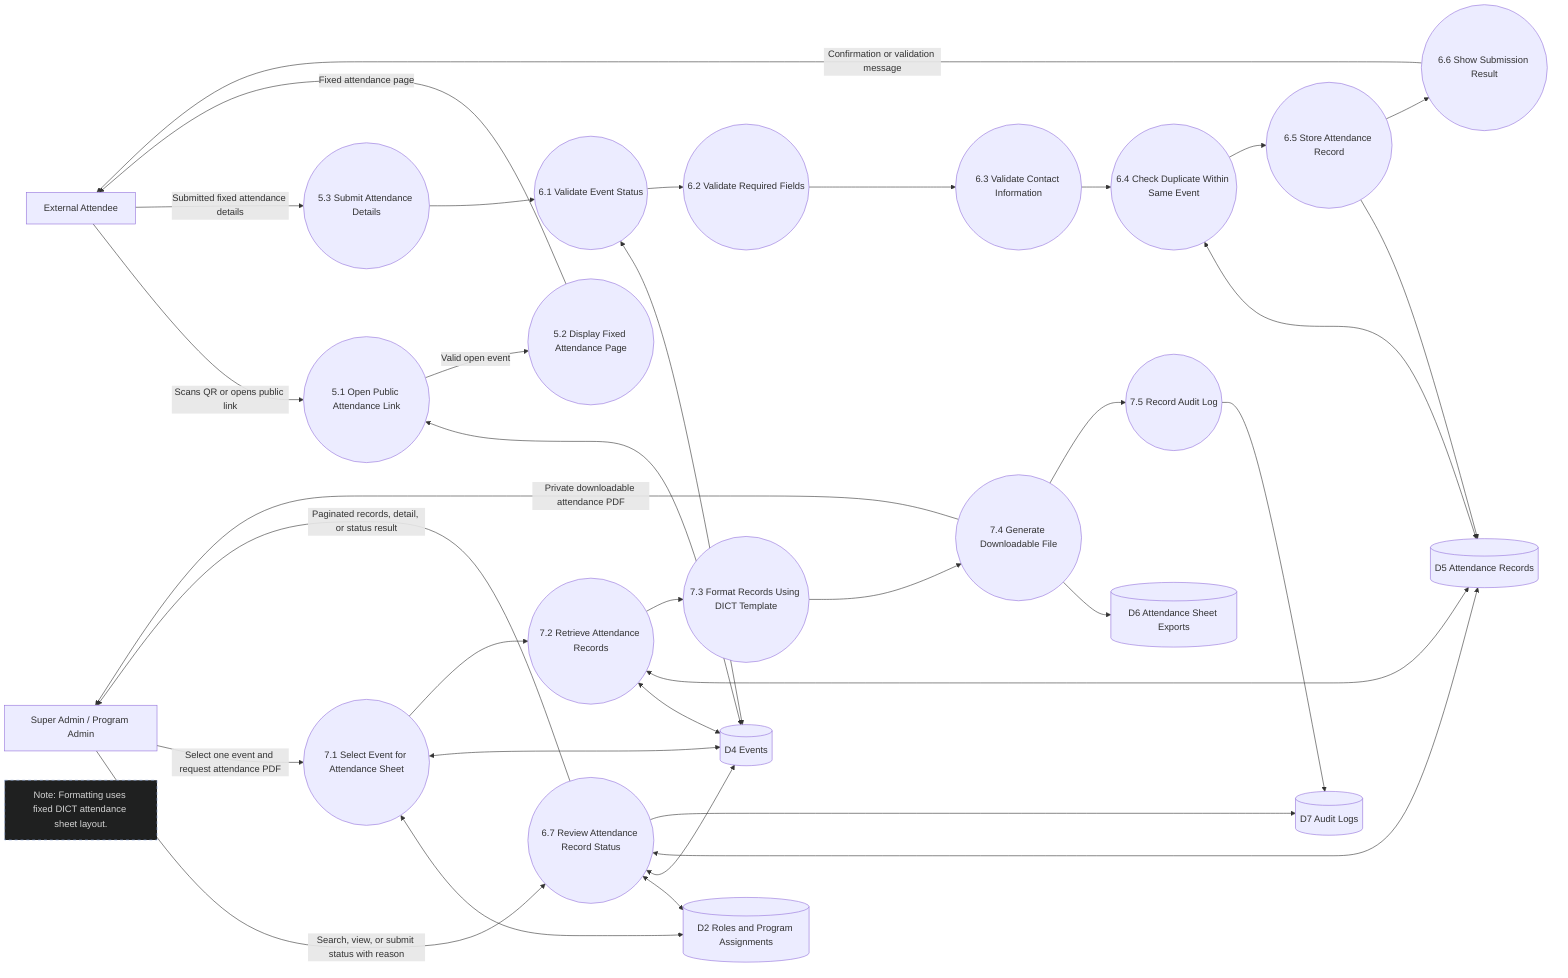
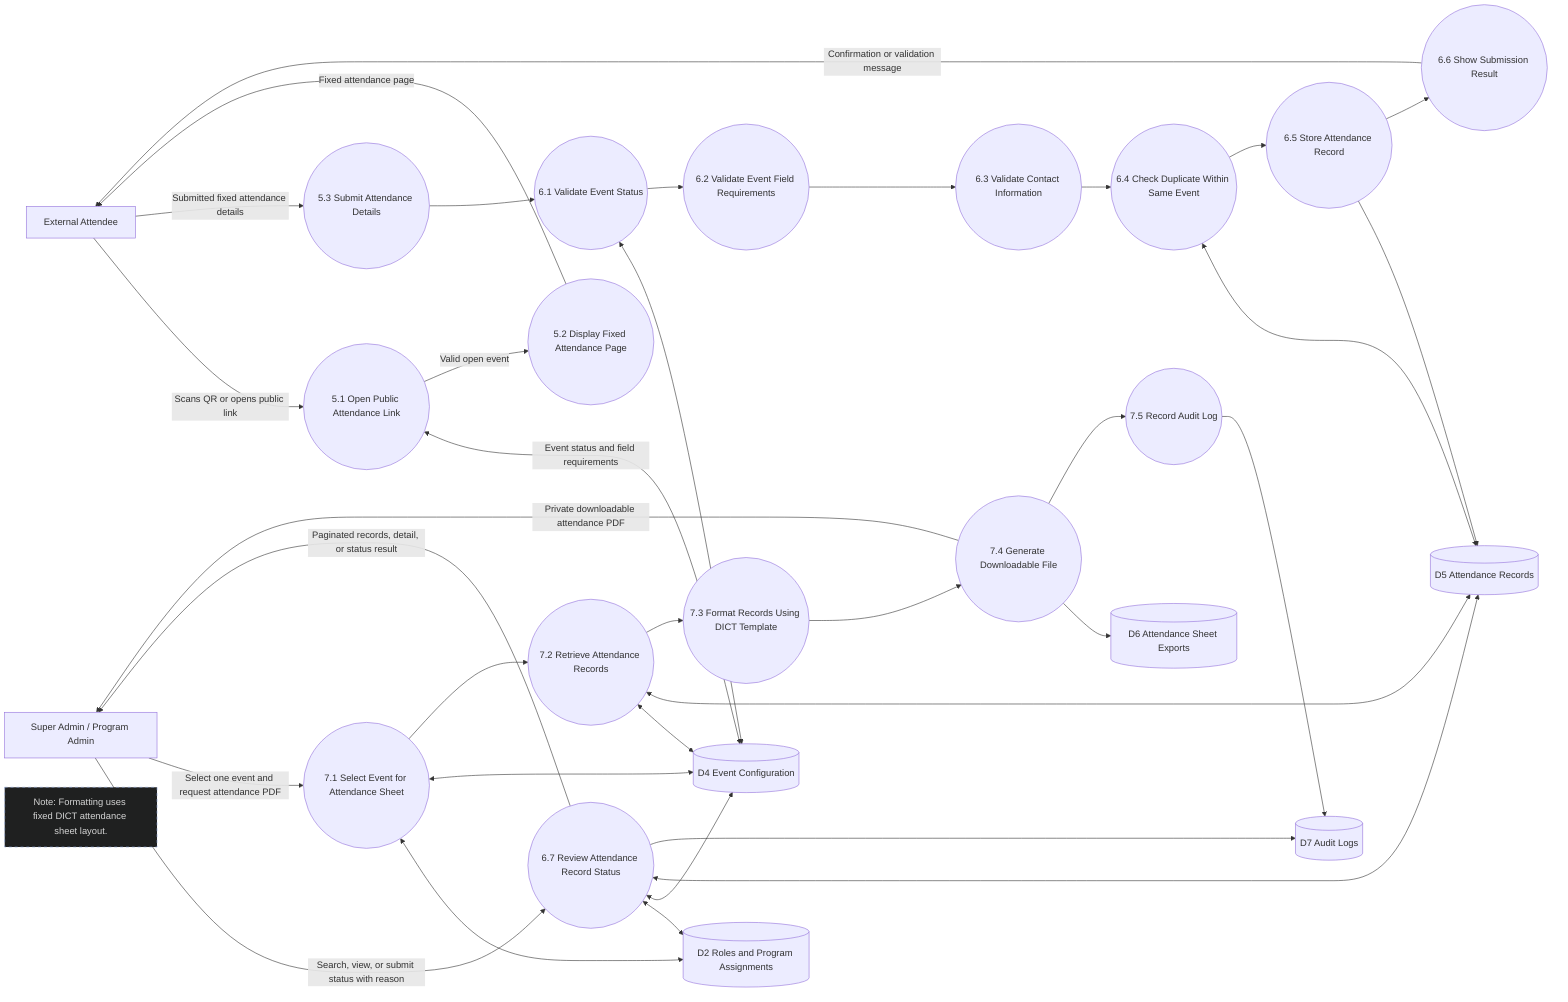
flowchart LR
  attendee[External Attendee]
  admin[Super Admin / Program Admin]
  note_template["Note: Formatting uses fixed DICT attendance sheet layout."]

  p51((5.1 Open Public Attendance Link))
  p52((5.2 Display Fixed Attendance Page))
  p53((5.3 Submit Attendance Details))
  p61((6.1 Validate Event Status))
-   p62((6.2 Validate Required Fields))
+   p62((6.2 Validate Event Field Requirements))
  p63((6.3 Validate Contact Information))
  p64((6.4 Check Duplicate Within Same Event))
  p65((6.5 Store Attendance Record))
  p66((6.6 Show Submission Result))
  p67((6.7 Review Attendance Record Status))
  p71((7.1 Select Event for Attendance Sheet))
  p72((7.2 Retrieve Attendance Records))
  p73((7.3 Format Records Using DICT Template))
  p74((7.4 Generate Downloadable File))
  p75((7.5 Record Audit Log))

  d2[(D2 Roles and Program Assignments)]
-   d4[(D4 Events)]
+   d4[(D4 Event Configuration)]
  d5[(D5 Attendance Records)]
  d6[(D6 Attendance Sheet Exports)]
  d7[(D7 Audit Logs)]

  attendee -->|Scans QR or opens public link| p51
-   p51 <--> d4
+   p51 <-->|Event status and field requirements| d4
  p51 -->|Valid open event| p52
  p52 -->|Fixed attendance page| attendee
  attendee -->|Submitted fixed attendance details| p53
  p53 --> p61
  p61 <--> d4
  p61 --> p62
  p62 --> p63
  p63 --> p64
  p64 <--> d5
  p64 --> p65
  p65 --> d5
  p65 --> p66
  p66 -->|Confirmation or validation message| attendee

  admin -->|Search, view, or submit status with reason| p67
  p67 <--> d2
  p67 <--> d4
  p67 <--> d5
  p67 --> d7
  p67 -->|Paginated records, detail, or status result| admin

  admin -->|Select one event and request attendance PDF| p71
  p71 <--> d2
  p71 <--> d4
  p71 --> p72
  p72 <--> d4
  p72 <--> d5
  p72 --> p73
  p73 --> p74
  p74 --> d6
  p74 -->|Private downloadable attendance PDF| admin
  p74 --> p75
  p75 --> d7

  classDef note fill:#1f2020,stroke:#8CA6DB,color:#d4d4d4,stroke-dasharray: 5 5
  class note_template note
